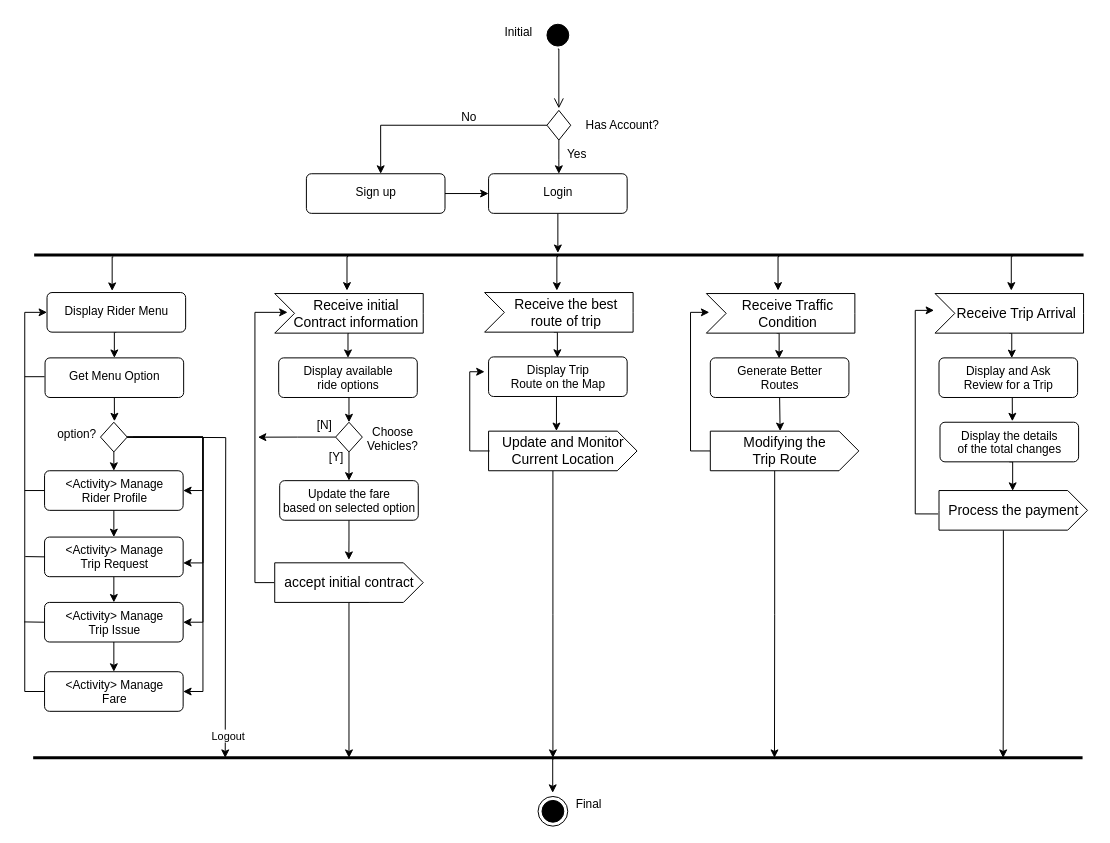
Before: Activity_diagram(Rider App).drawio.xml in mjkim1019/SoftwareEngineering, a draw.io diagram. Source tidied: cells renumbered, new cells numbered last; positions are measured from the earlier drawing's top-left corner, leaving out a move shared by most shapes. Both pictures are drawn from the tidied source at 99%, with x=0, y=0 at pixel (24, 17).
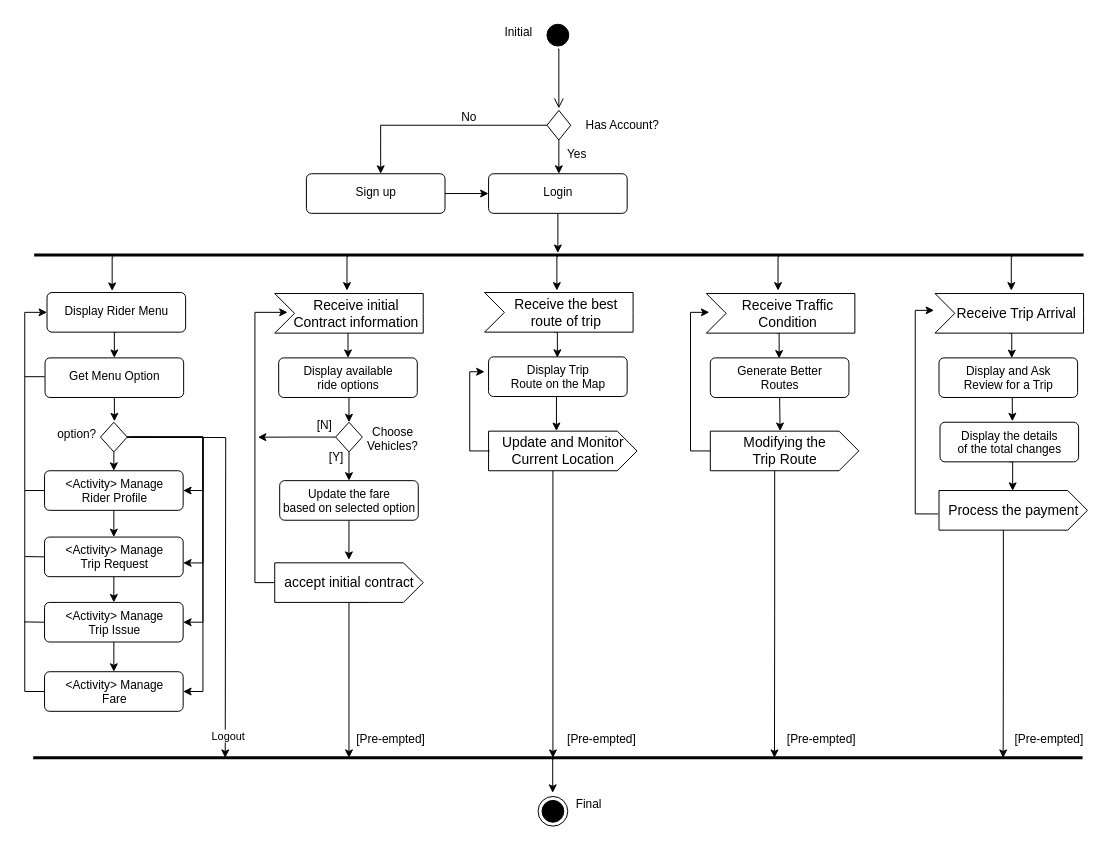
After the change.

Diff of the diagram source:
```diff
@@
+    <mxCell id="88" value="[Pre-empted]" style="text;html=1;align=center;verticalAlign=middle;strokeColor=none;fillColor=none;" parent="1" vertex="1">
+      <mxGeometry x="325" y="715" width="90" height="30" as="geometry" />
+    </mxCell>
+    <mxCell id="89" value="[Pre-empted]" style="text;html=1;align=center;verticalAlign=middle;strokeColor=none;fillColor=none;" parent="1" vertex="1">
+      <mxGeometry x="538" y="715" width="90" height="30" as="geometry" />
+    </mxCell>
+    <mxCell id="90" value="[Pre-empted]" style="text;html=1;align=center;verticalAlign=middle;strokeColor=none;fillColor=none;" parent="1" vertex="1">
+      <mxGeometry x="760" y="715" width="90" height="30" as="geometry" />
+    </mxCell>
+    <mxCell id="91" value="[Pre-empted]" style="text;html=1;align=center;verticalAlign=middle;strokeColor=none;fillColor=none;" parent="1" vertex="1">
+      <mxGeometry x="990" y="715" width="90" height="30" as="geometry" />
+    </mxCell>
```
